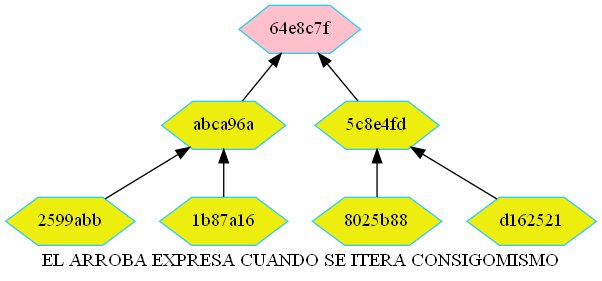
This is merkle.png from betebetoven/EDDS2F2, a Graphviz export, as it was before one commit. Its source is kept beside it as merkle.dot.
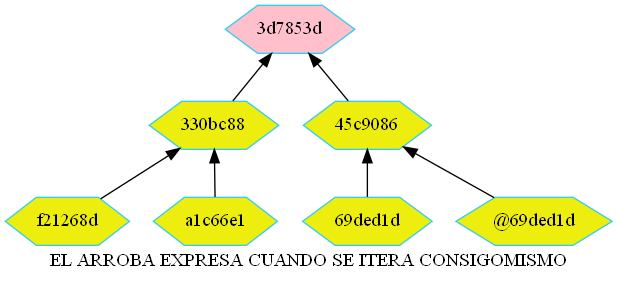
After the commit.

The edit, as a diff of the source:
```diff
@@ -7,11 +7,11 @@
         node[color = "#31CEF0"]
         rankdir=BT;
 
-"2599abb" -> "abca96a"
-"1b87a16" -> "abca96a"
-"8025b88" -> "5c8e4fd"
-"d162521" -> "5c8e4fd"
-"abca96a" -> "64e8c7f"
-"5c8e4fd" -> "64e8c7f"
-"64e8c7f"[fillcolor="pink"]
+"f21268d" -> "330bc88"
+"a1c66e1" -> "330bc88"
+"69ded1d" -> "45c9086"
+"@69ded1d" -> "45c9086"
+"330bc88" -> "3d7853d"
+"45c9086" -> "3d7853d"
+"3d7853d"[fillcolor="pink"]
 }
```
